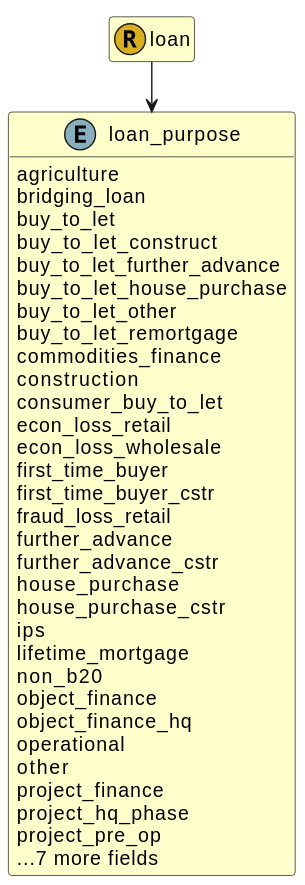
This is images/fire.model.loan_purpose.svg from Schemarise/demo-alfa-with-fire-json-model, a PlantUML export, as it was before one commit. The source it was exported from:
```plantuml
@startuml
!pragma layout smetana

skinparam ClassBackgroundColor #BUSINESS
hide empty methods
hide empty fields
skinparam backgroundColor transparent
set namespaceSeparator none




class loan_purpose << (E,86B0BE) >> {

  agriculture
  bridging_loan
  buy_to_let
  buy_to_let_construct
  buy_to_let_further_advance
  buy_to_let_house_purchase
  buy_to_let_other
  buy_to_let_remortgage
  commodities_finance
  construction
  consumer_buy_to_let
  econ_loss_retail
  econ_loss_wholesale
  first_time_buyer
  first_time_buyer_cstr
  fraud_loss_retail
  further_advance
  further_advance_cstr
  house_purchase
  house_purchase_cstr
  ips
  lifetime_mortgage
  non_b20
  object_finance
  object_finance_hq
  operational
  other
  project_finance
  project_hq_phase
  project_pre_op
  ...7 more fields




}

class loan << (R,D9B01C) >> {





}

loan --> loan_purpose

@enduml
```
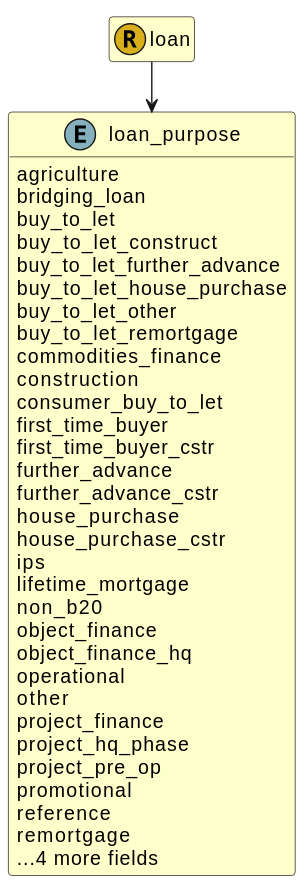
Later version of the same file.

Diff of the diagram source:
```diff
@@ -23,11 +23,8 @@
   commodities_finance
   construction
   consumer_buy_to_let
-  econ_loss_retail
-  econ_loss_wholesale
   first_time_buyer
   first_time_buyer_cstr
-  fraud_loss_retail
   further_advance
   further_advance_cstr
   house_purchase
@@ -42,7 +39,10 @@
   project_finance
   project_hq_phase
   project_pre_op
-  ...7 more fields
+  promotional
+  reference
+  remortgage
+  ...4 more fields
 
 
 
```
